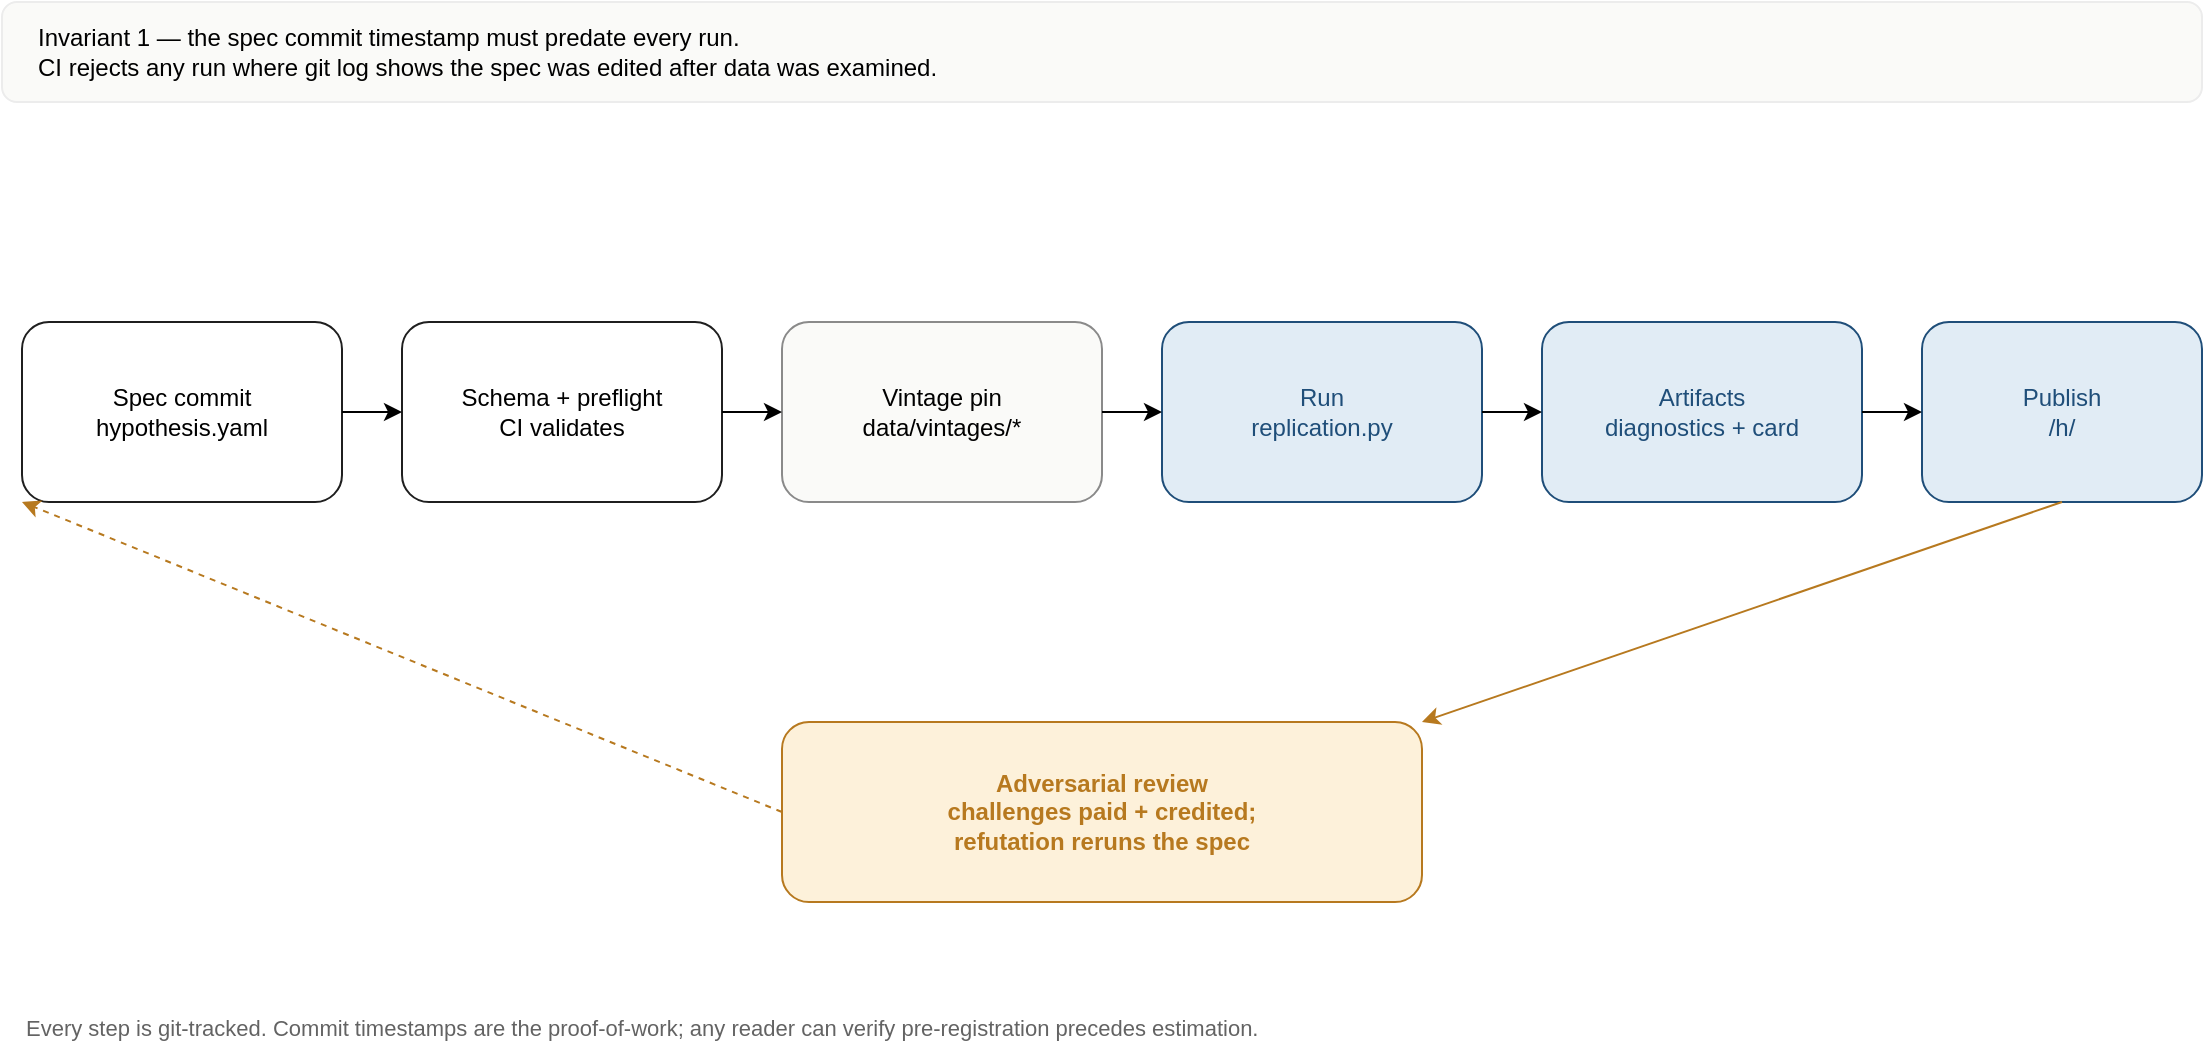
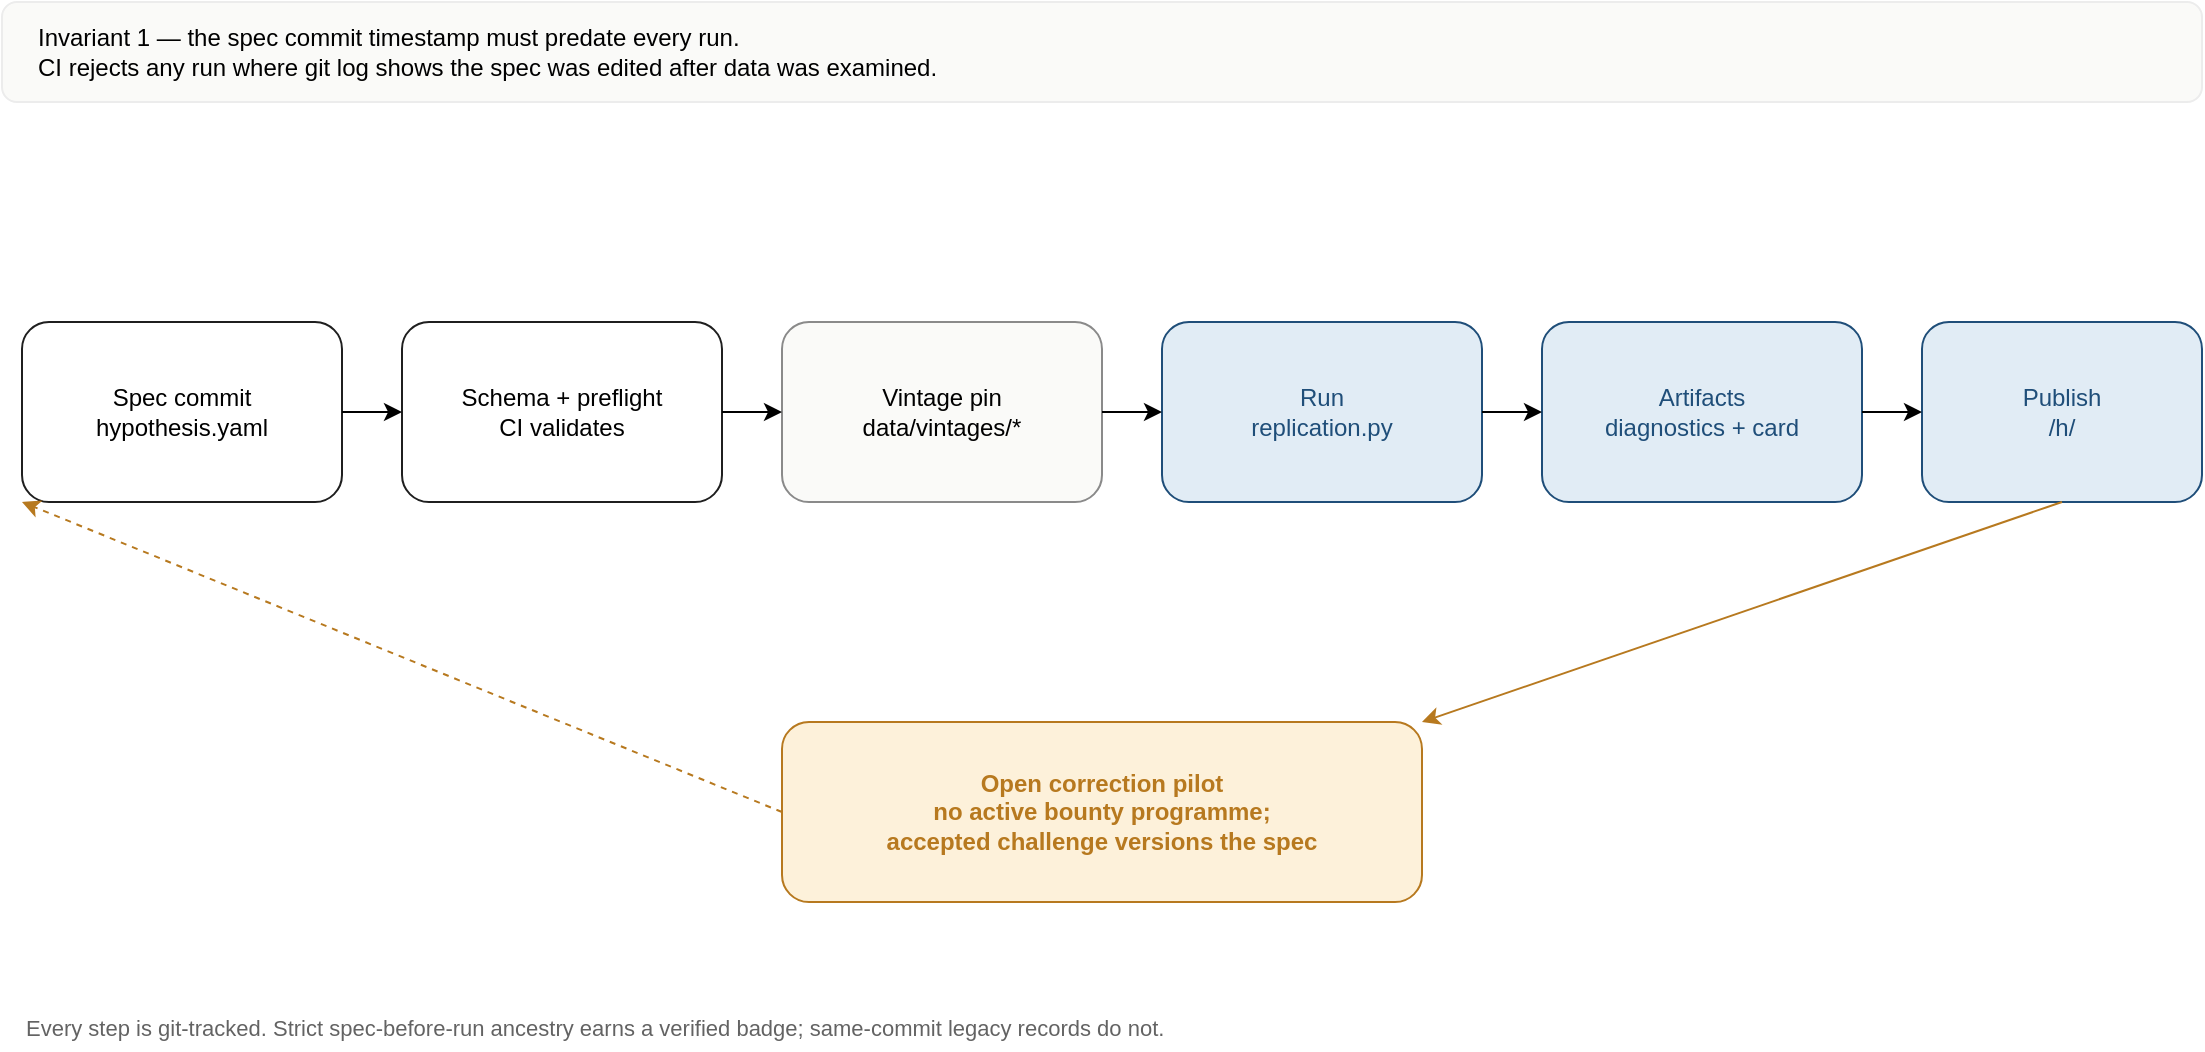
<mxfile host="app.diagrams.net" version="24.0.0">
  <diagram name="Pipeline" id="pipeline">
    <mxGraphModel dx="1200" dy="700" grid="1" gridSize="10" guides="1" tooltips="1" connect="1" arrows="1" fold="1" page="1" pageScale="1" pageWidth="1200" pageHeight="700" math="0" shadow="0">
      <root>
        <mxCell id="0" />
        <mxCell id="1" parent="0" />

        <mxCell id="banner" value="Invariant 1 — the spec commit timestamp must predate every run.&#10;CI rejects any run where git log shows the spec was edited after data was examined." style="rounded=1;whiteSpace=wrap;html=1;fillColor=#fafaf8;strokeColor=#ececec;fontSize=12;align=left;verticalAlign=middle;spacingLeft=16;" vertex="1" parent="1">
          <mxGeometry x="50" y="40" width="1100" height="50" as="geometry" />
        </mxCell>

        <mxCell id="s1" value="Spec commit&#10;hypothesis.yaml" style="rounded=1;whiteSpace=wrap;html=1;fillColor=#ffffff;strokeColor=#1f1f1f;" vertex="1" parent="1">
          <mxGeometry x="60" y="200" width="160" height="90" as="geometry" />
        </mxCell>
        <mxCell id="s2" value="Schema + preflight&#10;CI validates" style="rounded=1;whiteSpace=wrap;html=1;fillColor=#ffffff;strokeColor=#1f1f1f;" vertex="1" parent="1">
          <mxGeometry x="250" y="200" width="160" height="90" as="geometry" />
        </mxCell>
        <mxCell id="s3" value="Vintage pin&#10;data/vintages/*" style="rounded=1;whiteSpace=wrap;html=1;fillColor=#fafaf8;strokeColor=#8a8a8a;" vertex="1" parent="1">
          <mxGeometry x="440" y="200" width="160" height="90" as="geometry" />
        </mxCell>
        <mxCell id="s4" value="Run&#10;replication.py" style="rounded=1;whiteSpace=wrap;html=1;fillColor=#e1ecf5;strokeColor=#1f4e79;fontColor=#1f4e79;" vertex="1" parent="1">
          <mxGeometry x="630" y="200" width="160" height="90" as="geometry" />
        </mxCell>
        <mxCell id="s5" value="Artifacts&#10;diagnostics + card" style="rounded=1;whiteSpace=wrap;html=1;fillColor=#e1ecf5;strokeColor=#1f4e79;fontColor=#1f4e79;" vertex="1" parent="1">
          <mxGeometry x="820" y="200" width="160" height="90" as="geometry" />
        </mxCell>
        <mxCell id="s6" value="Publish&#10;/h/&lt;id&gt;" style="rounded=1;whiteSpace=wrap;html=1;fillColor=#e1ecf5;strokeColor=#1f4e79;fontColor=#1f4e79;" vertex="1" parent="1">
          <mxGeometry x="1010" y="200" width="140" height="90" as="geometry" />
        </mxCell>

        <mxCell style="endArrow=classic;html=1;" edge="1" parent="1" source="s1" target="s2"><mxGeometry relative="1" as="geometry" /></mxCell>
        <mxCell style="endArrow=classic;html=1;" edge="1" parent="1" source="s2" target="s3"><mxGeometry relative="1" as="geometry" /></mxCell>
        <mxCell style="endArrow=classic;html=1;" edge="1" parent="1" source="s3" target="s4"><mxGeometry relative="1" as="geometry" /></mxCell>
        <mxCell style="endArrow=classic;html=1;" edge="1" parent="1" source="s4" target="s5"><mxGeometry relative="1" as="geometry" /></mxCell>
        <mxCell style="endArrow=classic;html=1;" edge="1" parent="1" source="s5" target="s6"><mxGeometry relative="1" as="geometry" /></mxCell>

-         <mxCell id="review" value="Adversarial review&#10;challenges paid + credited;&#10;refutation reruns the spec" style="rounded=1;whiteSpace=wrap;html=1;fillColor=#fdf1da;strokeColor=#b7791f;fontColor=#b7791f;fontStyle=1;" vertex="1" parent="1">
+         <mxCell id="review" value="Open correction pilot&#10;no active bounty programme;&#10;accepted challenge versions the spec" style="rounded=1;whiteSpace=wrap;html=1;fillColor=#fdf1da;strokeColor=#b7791f;fontColor=#b7791f;fontStyle=1;" vertex="1" parent="1">
          <mxGeometry x="440" y="400" width="320" height="90" as="geometry" />
        </mxCell>

        <mxCell style="endArrow=classic;html=1;strokeColor=#b7791f;exitX=0.5;exitY=1;entryX=1;entryY=0;" edge="1" parent="1" source="s6" target="review">
          <mxGeometry relative="1" as="geometry" />
        </mxCell>
        <mxCell style="endArrow=classic;html=1;strokeColor=#b7791f;dashed=1;exitX=0;exitY=0.5;entryX=0;entryY=1;" edge="1" parent="1" source="review" target="s1">
          <mxGeometry relative="1" as="geometry" />
        </mxCell>

-         <mxCell id="note" value="Every step is git-tracked. Commit timestamps are the proof-of-work; any reader can verify pre-registration precedes estimation." style="text;html=1;strokeColor=none;fillColor=none;fontSize=11;fontColor=#636363;" vertex="1" parent="1">
+         <mxCell id="note" value="Every step is git-tracked. Strict spec-before-run ancestry earns a verified badge; same-commit legacy records do not." style="text;html=1;strokeColor=none;fillColor=none;fontSize=11;fontColor=#636363;" vertex="1" parent="1">
          <mxGeometry x="60" y="540" width="1090" height="24" as="geometry" />
        </mxCell>
      </root>
    </mxGraphModel>
  </diagram>
</mxfile>
